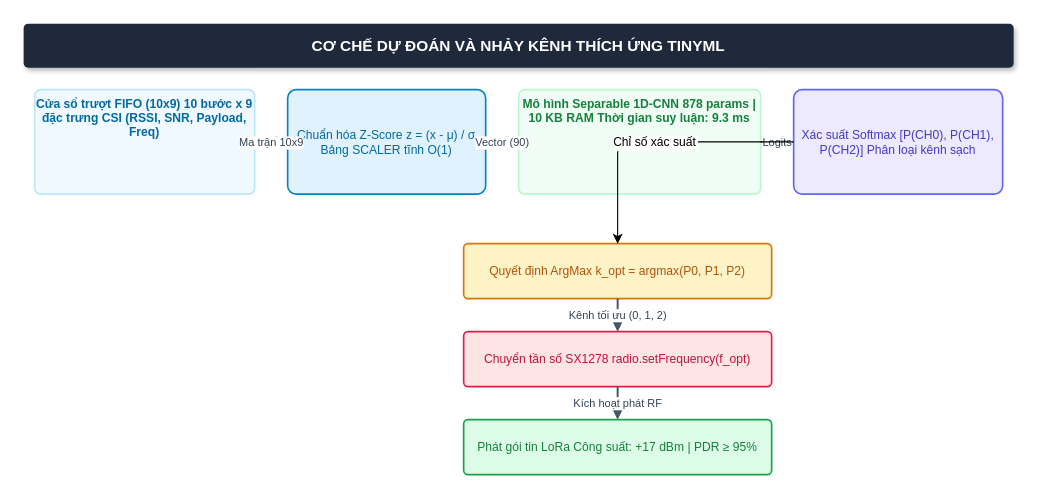
Before: docs/figs/05_bai_toan_lua_chon_kenh_tinyml.drawio in Brauuwu/LoRa_TinyML_Hopping, a draw.io diagram. Source tidied: cells renumbered, new cells numbered last; positions are measured from the earlier drawing's top-left corner, leaving out a move shared by most shapes. Both pictures are drawn from the tidied source at 110%, with x=0, y=0 at pixel (23, 23).
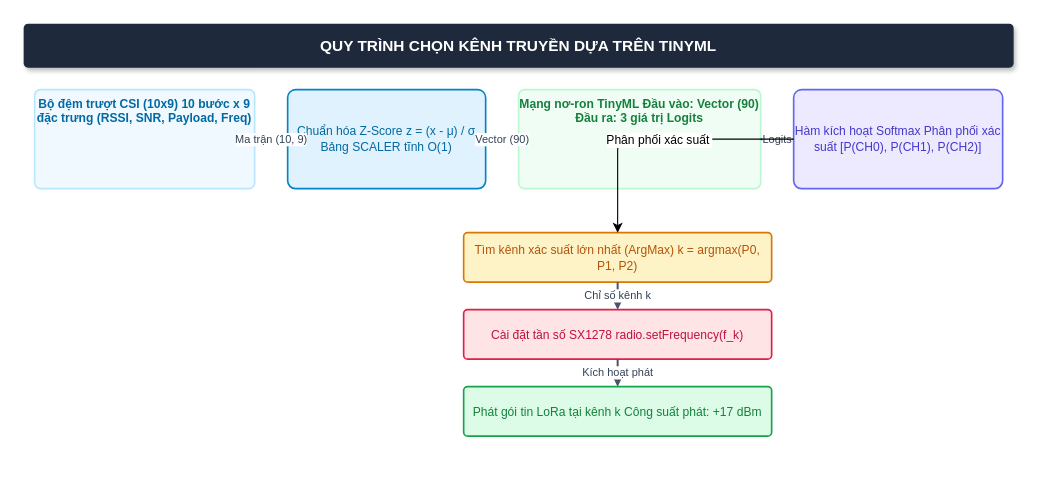
The same page after the edit.

Change to the diagram source:
```diff
@@
 <mxGraphModel background="#ffffff">
   <root>
     <mxCell id="0" />
     <mxCell id="1" parent="0" />
-    <mxCell id="2" value="CƠ CHẾ DỰ ĐOÁN VÀ NHẢY KÊNH THÍCH ỨNG TINYML" style="rounded=1;whiteSpace=wrap;html=1;fillColor=#1e293b;strokeColor=none;fontColor=#ffffff;fontStyle=1;fontSize=14;shadow=1;arcSize=10;" parent="1" vertex="1">
+    <mxCell id="2" value="QUY TRÌNH CHỌN KÊNH TRUYỀN DỰA TRÊN TINYML" style="rounded=1;whiteSpace=wrap;html=1;fillColor=#1e293b;strokeColor=none;fontColor=#ffffff;fontStyle=1;fontSize=14;shadow=1;arcSize=10;" parent="1" vertex="1">
       <mxGeometry width="900" height="40" as="geometry" />
     </mxCell>
-    <mxCell id="3" value="Cửa sổ trượt FIFO (10x9) 10 bước x 9 đặc trưng CSI (RSSI, SNR, Payload, Freq)" style="rounded=1;whiteSpace=wrap;html=1;fillColor=#f0f9ff;strokeColor=#bae6fd;strokeWidth=1.5;verticalAlign=top;fontStyle=1;fontSize=11;fontColor=#0369a1;arcSize=6;" parent="1" vertex="1">
-      <mxGeometry x="10" y="60" width="200" height="95" as="geometry" />
+    <mxCell id="3" value="Bộ đệm trượt CSI (10x9) 10 bước x 9 đặc trưng (RSSI, SNR, Payload, Freq)" style="rounded=1;whiteSpace=wrap;html=1;fillColor=#f0f9ff;strokeColor=#bae6fd;strokeWidth=1.5;verticalAlign=top;fontStyle=1;fontSize=11;fontColor=#0369a1;arcSize=6;" parent="1" vertex="1">
+      <mxGeometry x="10" y="60" width="200" height="90" as="geometry" />
     </mxCell>
     <mxCell id="4" value="Chuẩn hóa Z-Score z = (x - μ) / σ Bảng SCALER tĩnh O(1)" style="rounded=1;whiteSpace=wrap;html=1;fillColor=#e0f2fe;strokeColor=#0284c7;strokeWidth=1.5;fontColor=#0369a1;fontSize=11;arcSize=8;" parent="1" vertex="1">
-      <mxGeometry x="240" y="60" width="180" height="95" as="geometry" />
+      <mxGeometry x="240" y="60" width="180" height="90" as="geometry" />
     </mxCell>
-    <mxCell id="5" value="Mô hình Separable 1D-CNN 878 params | 10 KB RAM Thời gian suy luận: 9.3 ms" style="rounded=1;whiteSpace=wrap;html=1;fillColor=#f0fdf4;strokeColor=#bbf7d0;strokeWidth=1.5;verticalAlign=top;fontStyle=1;fontSize=11;fontColor=#15803d;arcSize=6;" parent="1" vertex="1">
-      <mxGeometry x="450" y="60" width="220" height="95" as="geometry" />
+    <mxCell id="5" value="Mạng nơ-ron TinyML Đầu vào: Vector (90) Đầu ra: 3 giá trị Logits" style="rounded=1;whiteSpace=wrap;html=1;fillColor=#f0fdf4;strokeColor=#bbf7d0;strokeWidth=1.5;verticalAlign=top;fontStyle=1;fontSize=11;fontColor=#15803d;arcSize=6;" parent="1" vertex="1">
+      <mxGeometry x="450" y="60" width="220" height="90" as="geometry" />
     </mxCell>
-    <mxCell id="6" value="Xác suất Softmax [P(CH0), P(CH1), P(CH2)] Phân loại kênh sạch" style="rounded=1;whiteSpace=wrap;html=1;fillColor=#ede9fe;strokeColor=#6366f1;strokeWidth=1.5;fontColor=#4338ca;fontSize=11;arcSize=8;" parent="1" vertex="1">
-      <mxGeometry x="700" y="60" width="190" height="95" as="geometry" />
+    <mxCell id="6" value="Hàm kích hoạt Softmax Phân phối xác suất [P(CH0), P(CH1), P(CH2)]" style="rounded=1;whiteSpace=wrap;html=1;fillColor=#ede9fe;strokeColor=#6366f1;strokeWidth=1.5;fontColor=#4338ca;fontSize=11;arcSize=8;" parent="1" vertex="1">
+      <mxGeometry x="700" y="60" width="190" height="90" as="geometry" />
     </mxCell>
-    <mxCell id="7" value="Ma trận 10x9" style="edgeStyle=orthogonalEdgeStyle;rounded=1;jettySize=auto;html=1;strokeColor=#475569;strokeWidth=1.8;endArrow=block;endFill=1;fontColor=#334155;fontSize=10;" parent="1" edge="1" source="3" target="4">
+    <mxCell id="7" value="Ma trận (10, 9)" style="edgeStyle=orthogonalEdgeStyle;rounded=1;jettySize=auto;html=1;strokeColor=#475569;strokeWidth=1.8;endArrow=block;endFill=1;fontColor=#334155;fontSize=10;" parent="1" edge="1" source="3" target="4">
       <mxGeometry relative="1" as="geometry" />
     </mxCell>
     <mxCell id="8" value="Vector (90)" style="edgeStyle=orthogonalEdgeStyle;rounded=1;jettySize=auto;html=1;strokeColor=#475569;strokeWidth=1.8;endArrow=block;endFill=1;fontColor=#334155;fontSize=10;" parent="1" edge="1" source="4" target="5">
       <mxGeometry relative="1" as="geometry" />
     </mxCell>
     <mxCell id="9" value="Logits" style="edgeStyle=orthogonalEdgeStyle;rounded=1;jettySize=auto;html=1;strokeColor=#475569;strokeWidth=1.8;endArrow=block;endFill=1;fontColor=#334155;fontSize=10;" parent="1" edge="1" source="5" target="6">
       <mxGeometry relative="1" as="geometry" />
     </mxCell>
-    <mxCell id="10" value="Quyết định ArgMax k_opt = argmax(P0, P1, P2)" style="rounded=1;whiteSpace=wrap;html=1;fillColor=#fef3c7;strokeColor=#d97706;strokeWidth=1.5;fontColor=#b45309;fontSize=11;arcSize=8;" parent="1" vertex="1">
-      <mxGeometry x="400" y="200" width="280" height="50" as="geometry" />
+    <mxCell id="10" value="Tìm kênh xác suất lớn nhất (ArgMax) k = argmax(P0, P1, P2)" style="rounded=1;whiteSpace=wrap;html=1;fillColor=#fef3c7;strokeColor=#d97706;strokeWidth=1.5;fontColor=#b45309;fontSize=11;arcSize=8;" parent="1" vertex="1">
+      <mxGeometry x="400" y="190" width="280" height="45" as="geometry" />
     </mxCell>
-    <mxCell id="11" value="Chuyển tần số SX1278 radio.setFrequency(f_opt)" style="rounded=1;whiteSpace=wrap;html=1;fillColor=#ffe4e6;strokeColor=#e11d48;strokeWidth=1.5;fontColor=#be123c;fontSize=11;arcSize=8;" parent="1" vertex="1">
-      <mxGeometry x="400" y="280" width="280" height="50" as="geometry" />
+    <mxCell id="11" value="Cài đặt tần số SX1278 radio.setFrequency(f_k)" style="rounded=1;whiteSpace=wrap;html=1;fillColor=#ffe4e6;strokeColor=#e11d48;strokeWidth=1.5;fontColor=#be123c;fontSize=11;arcSize=8;" parent="1" vertex="1">
+      <mxGeometry x="400" y="260" width="280" height="45" as="geometry" />
     </mxCell>
-    <mxCell id="12" value="Phát gói tin LoRa Công suất: +17 dBm | PDR ≥ 95%" style="rounded=1;whiteSpace=wrap;html=1;fillColor=#dcfce7;strokeColor=#16a34a;strokeWidth=1.5;fontColor=#15803d;fontSize=11;arcSize=8;" parent="1" vertex="1">
-      <mxGeometry x="400" y="360" width="280" height="50" as="geometry" />
+    <mxCell id="12" value="Phát gói tin LoRa tại kênh k Công suất phát: +17 dBm" style="rounded=1;whiteSpace=wrap;html=1;fillColor=#dcfce7;strokeColor=#16a34a;strokeWidth=1.5;fontColor=#15803d;fontSize=11;arcSize=8;" parent="1" vertex="1">
+      <mxGeometry x="400" y="330" width="280" height="45" as="geometry" />
     </mxCell>
-    <mxCell id="13" value="Chỉ số xác suất" style="edgeStyle=orthogonalEdgeStyle;rounded=1;" parent="1" edge="1" source="6" target="10">
+    <mxCell id="13" value="Phân phối xác suất" style="edgeStyle=orthogonalEdgeStyle;rounded=1;" parent="1" edge="1" source="6" target="10">
       <mxGeometry relative="1" as="geometry" />
     </mxCell>
-    <mxCell id="14" value="Kênh tối ưu (0, 1, 2)" style="edgeStyle=orthogonalEdgeStyle;rounded=1;jettySize=auto;html=1;strokeColor=#475569;strokeWidth=1.8;endArrow=block;endFill=1;fontColor=#334155;fontSize=10;" parent="1" edge="1" source="10" target="11">
+    <mxCell id="14" value="Chỉ số kênh k" style="edgeStyle=orthogonalEdgeStyle;rounded=1;jettySize=auto;html=1;strokeColor=#475569;strokeWidth=1.8;endArrow=block;endFill=1;fontColor=#334155;fontSize=10;" parent="1" edge="1" source="10" target="11">
       <mxGeometry relative="1" as="geometry" />
     </mxCell>
-    <mxCell id="15" value="Kích hoạt phát RF" style="edgeStyle=orthogonalEdgeStyle;rounded=1;jettySize=auto;html=1;strokeColor=#475569;strokeWidth=1.8;endArrow=block;endFill=1;fontColor=#334155;fontSize=10;" parent="1" edge="1" source="11" target="12">
+    <mxCell id="15" value="Kích hoạt phát" style="edgeStyle=orthogonalEdgeStyle;rounded=1;jettySize=auto;html=1;strokeColor=#475569;strokeWidth=1.8;endArrow=block;endFill=1;fontColor=#334155;fontSize=10;" parent="1" edge="1" source="11" target="12">
       <mxGeometry relative="1" as="geometry" />
     </mxCell>
   </root>
 </mxGraphModel>
```
